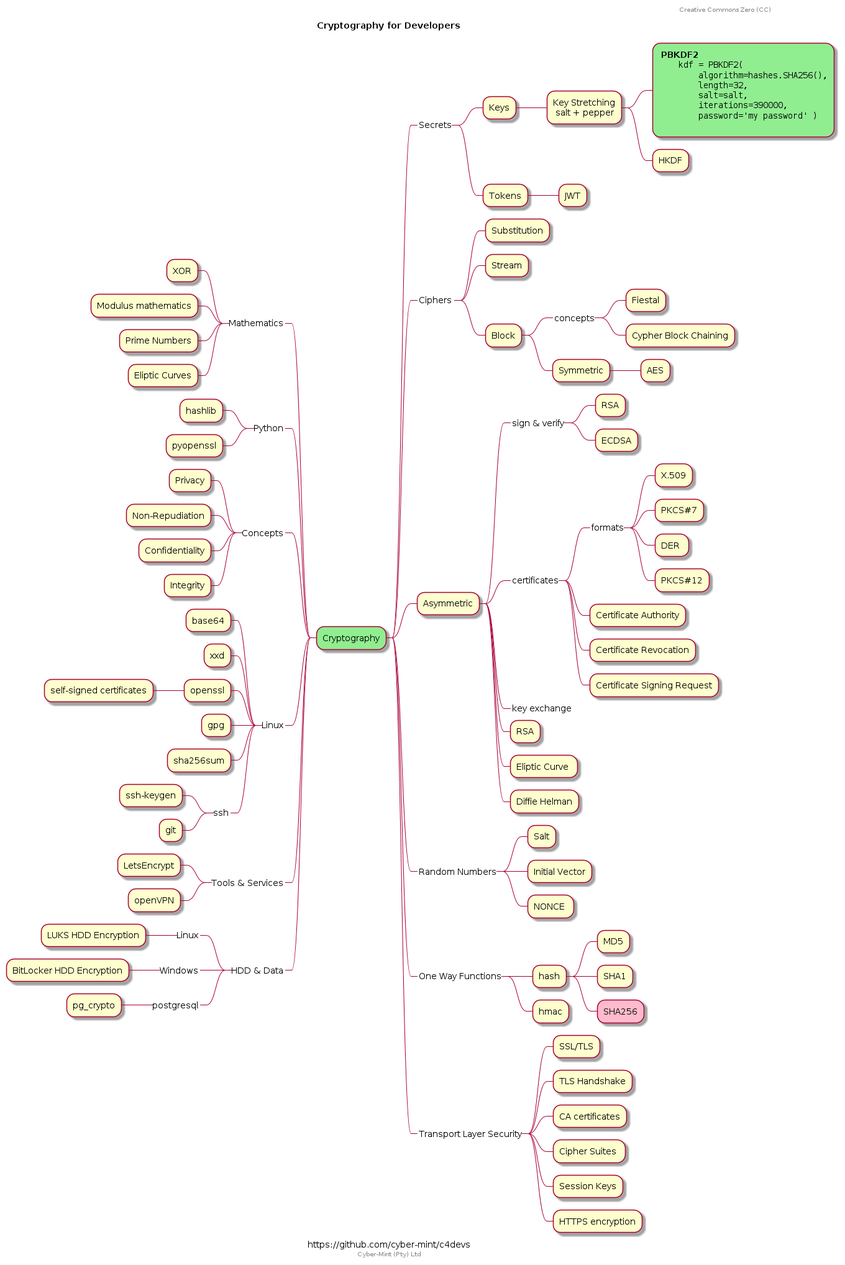
Above: out/cryptography/cryptography.png in Cyber-Mint/c4devs (PlantUML), before the change.
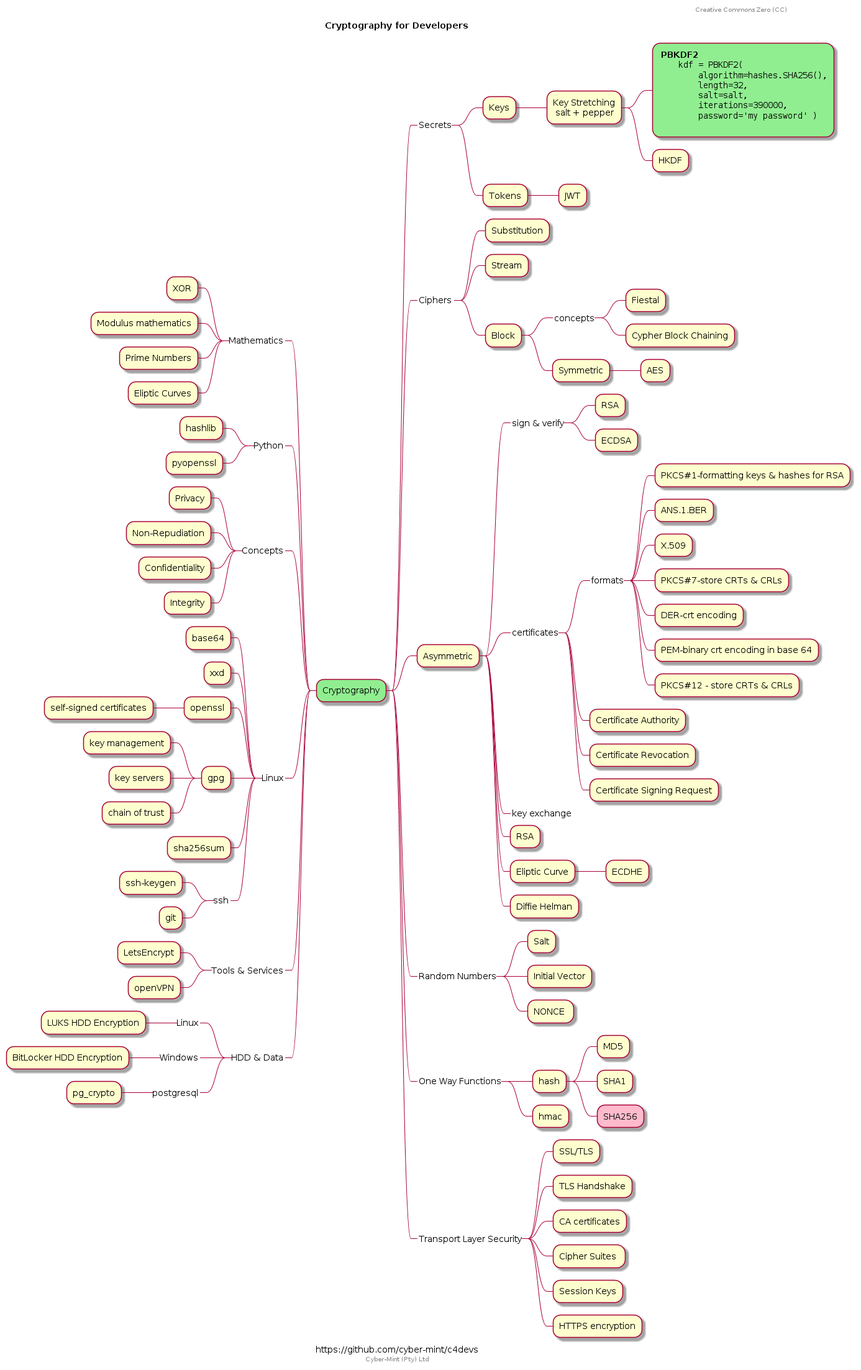
The same diagram one commit later.

The edit, as a diff of the source:
```diff
@@ -39,16 +39,20 @@
    * ECDSA
   *_ certificates
    *_ formats
+    * PKCS#1-formatting keys & hashes for RSA
+    * ANS.1.BER
     * X.509
-    * PKCS#7
-    * DER
-    * PKCS#12
+    * PKCS#7-store CRTs & CRLs
+    * DER-crt encoding
+    * PEM-binary crt encoding in base 64
+    * PKCS#12 - store CRTs & CRLs
    * Certificate Authority
    * Certificate Revocation
    * Certificate Signing Request
   *_ key exchange
   * RSA
   * Eliptic Curve
+   * ECDHE
   * Diffie Helman
 
  *_ Random Numbers
@@ -94,6 +98,9 @@
   * openssl
    * self-signed certificates
   * gpg
+   * key management
+   * key servers
+   * chain of trust
   * sha256sum
   *_ ssh
    * ssh-keygen
```
